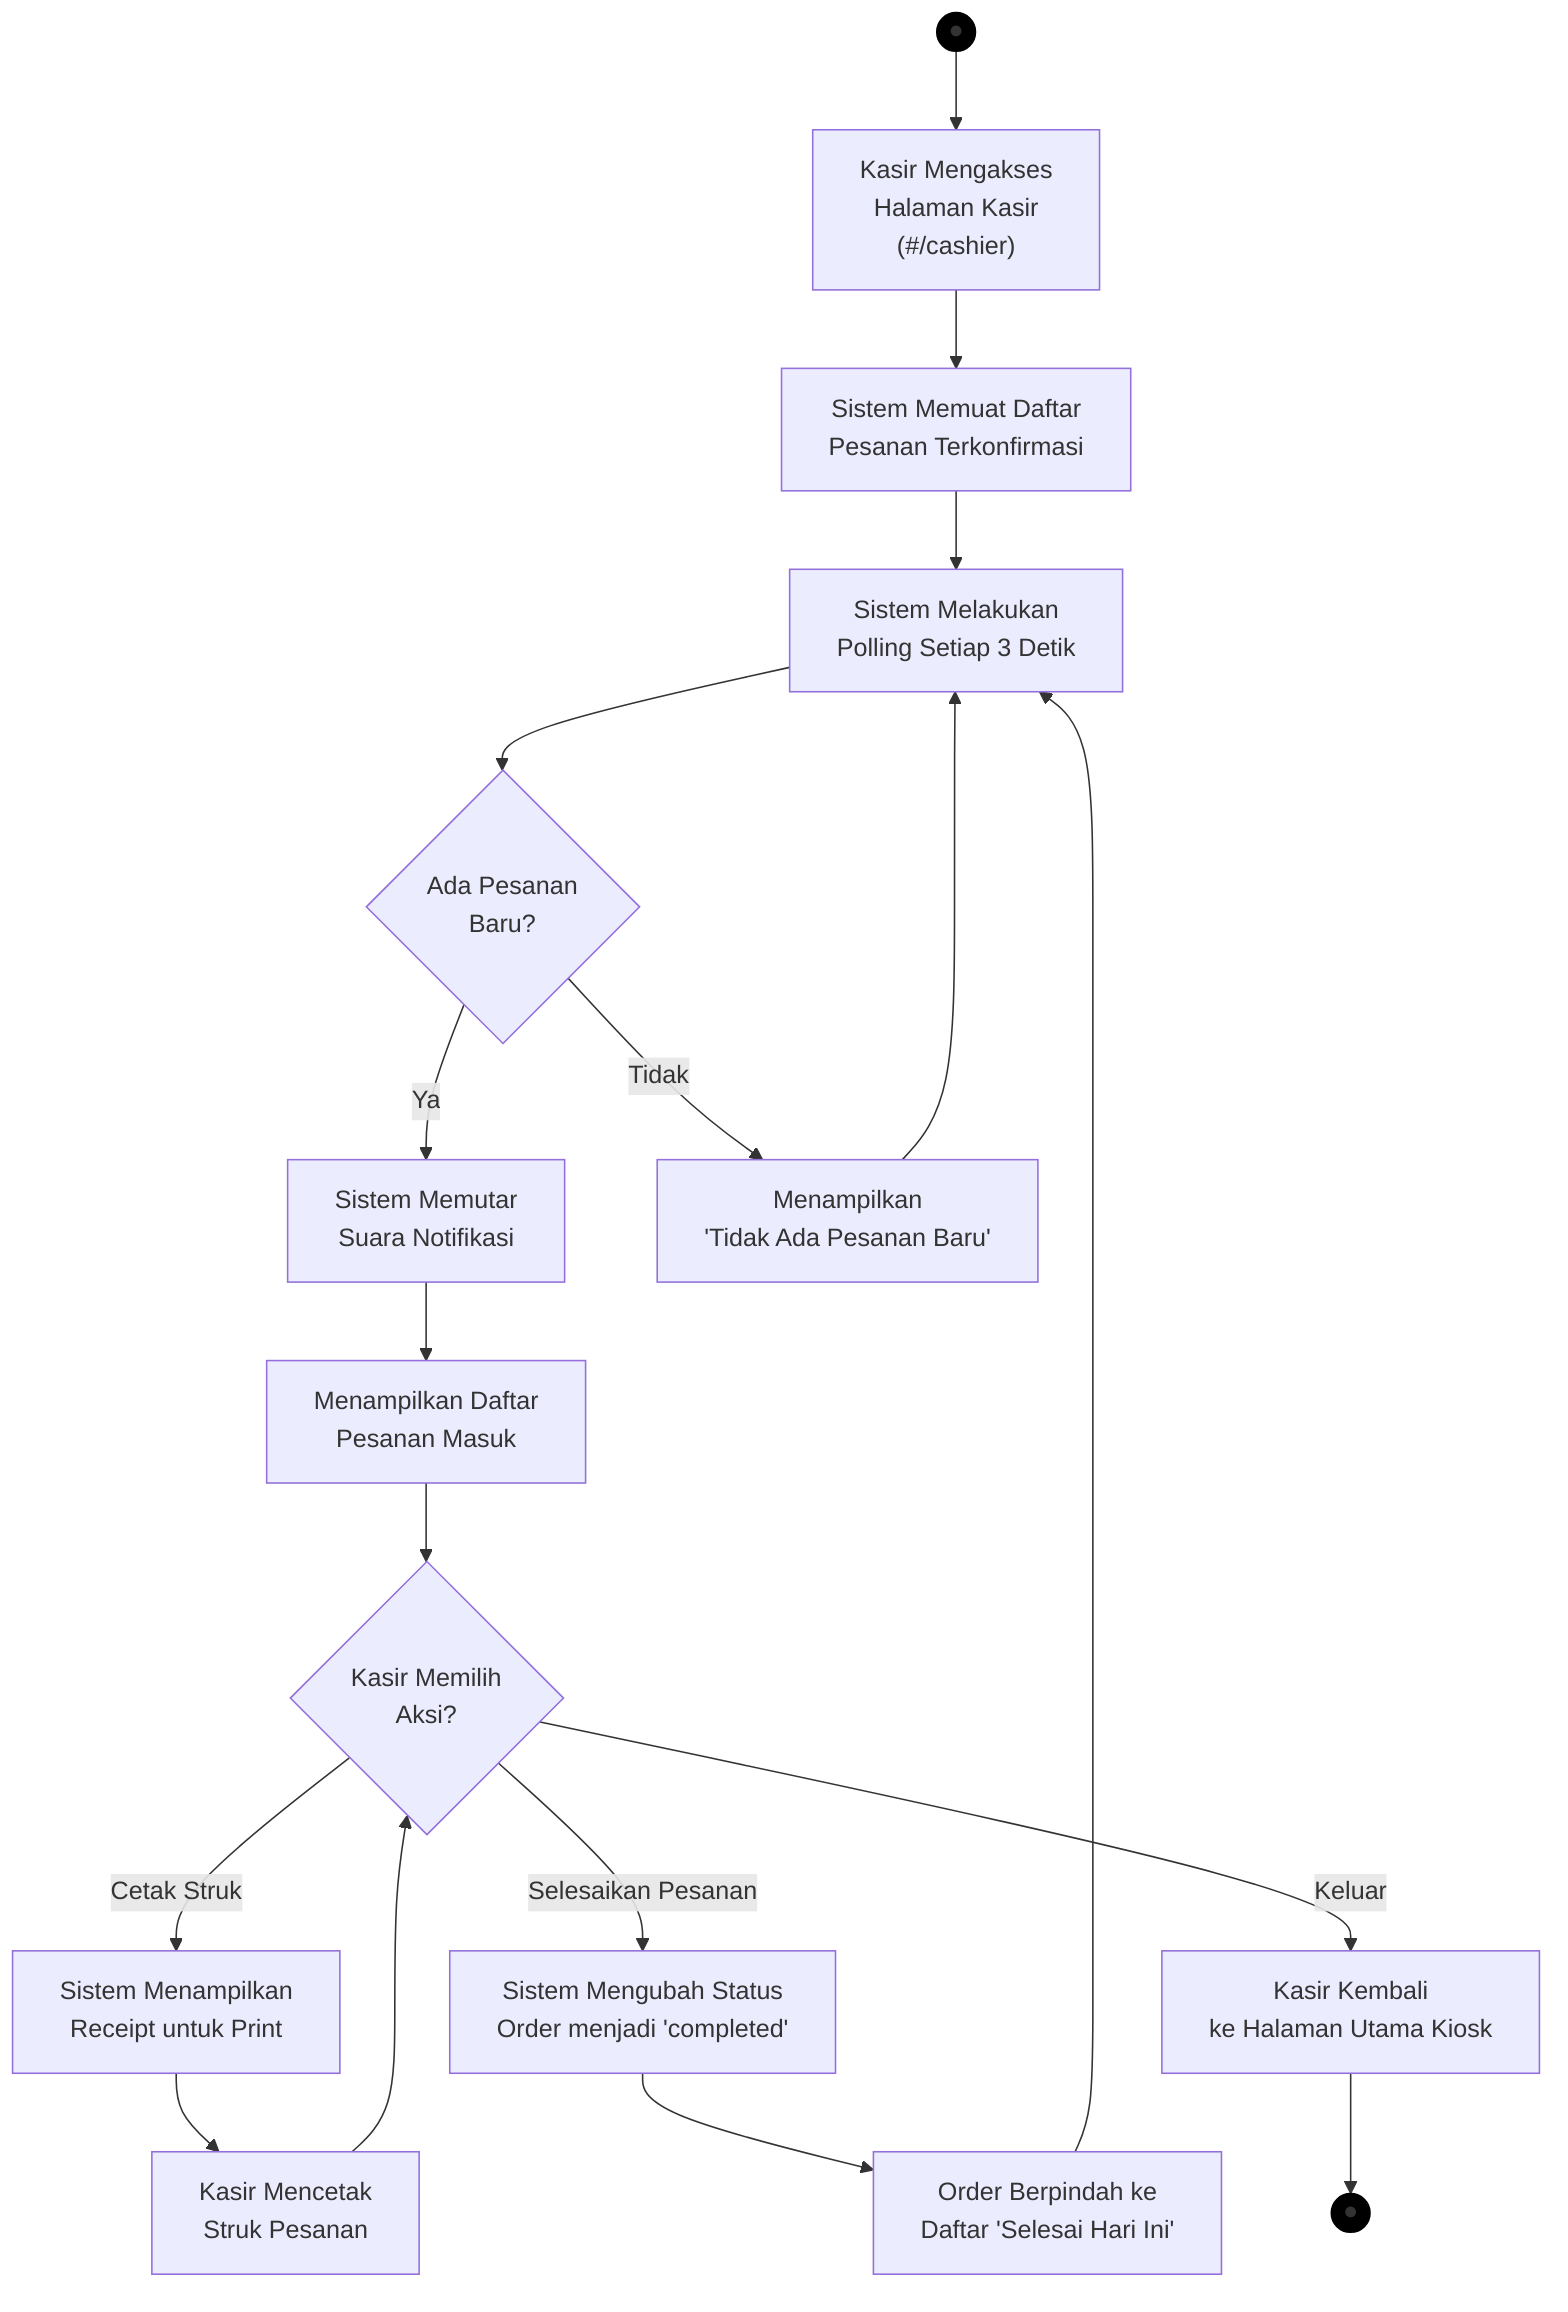
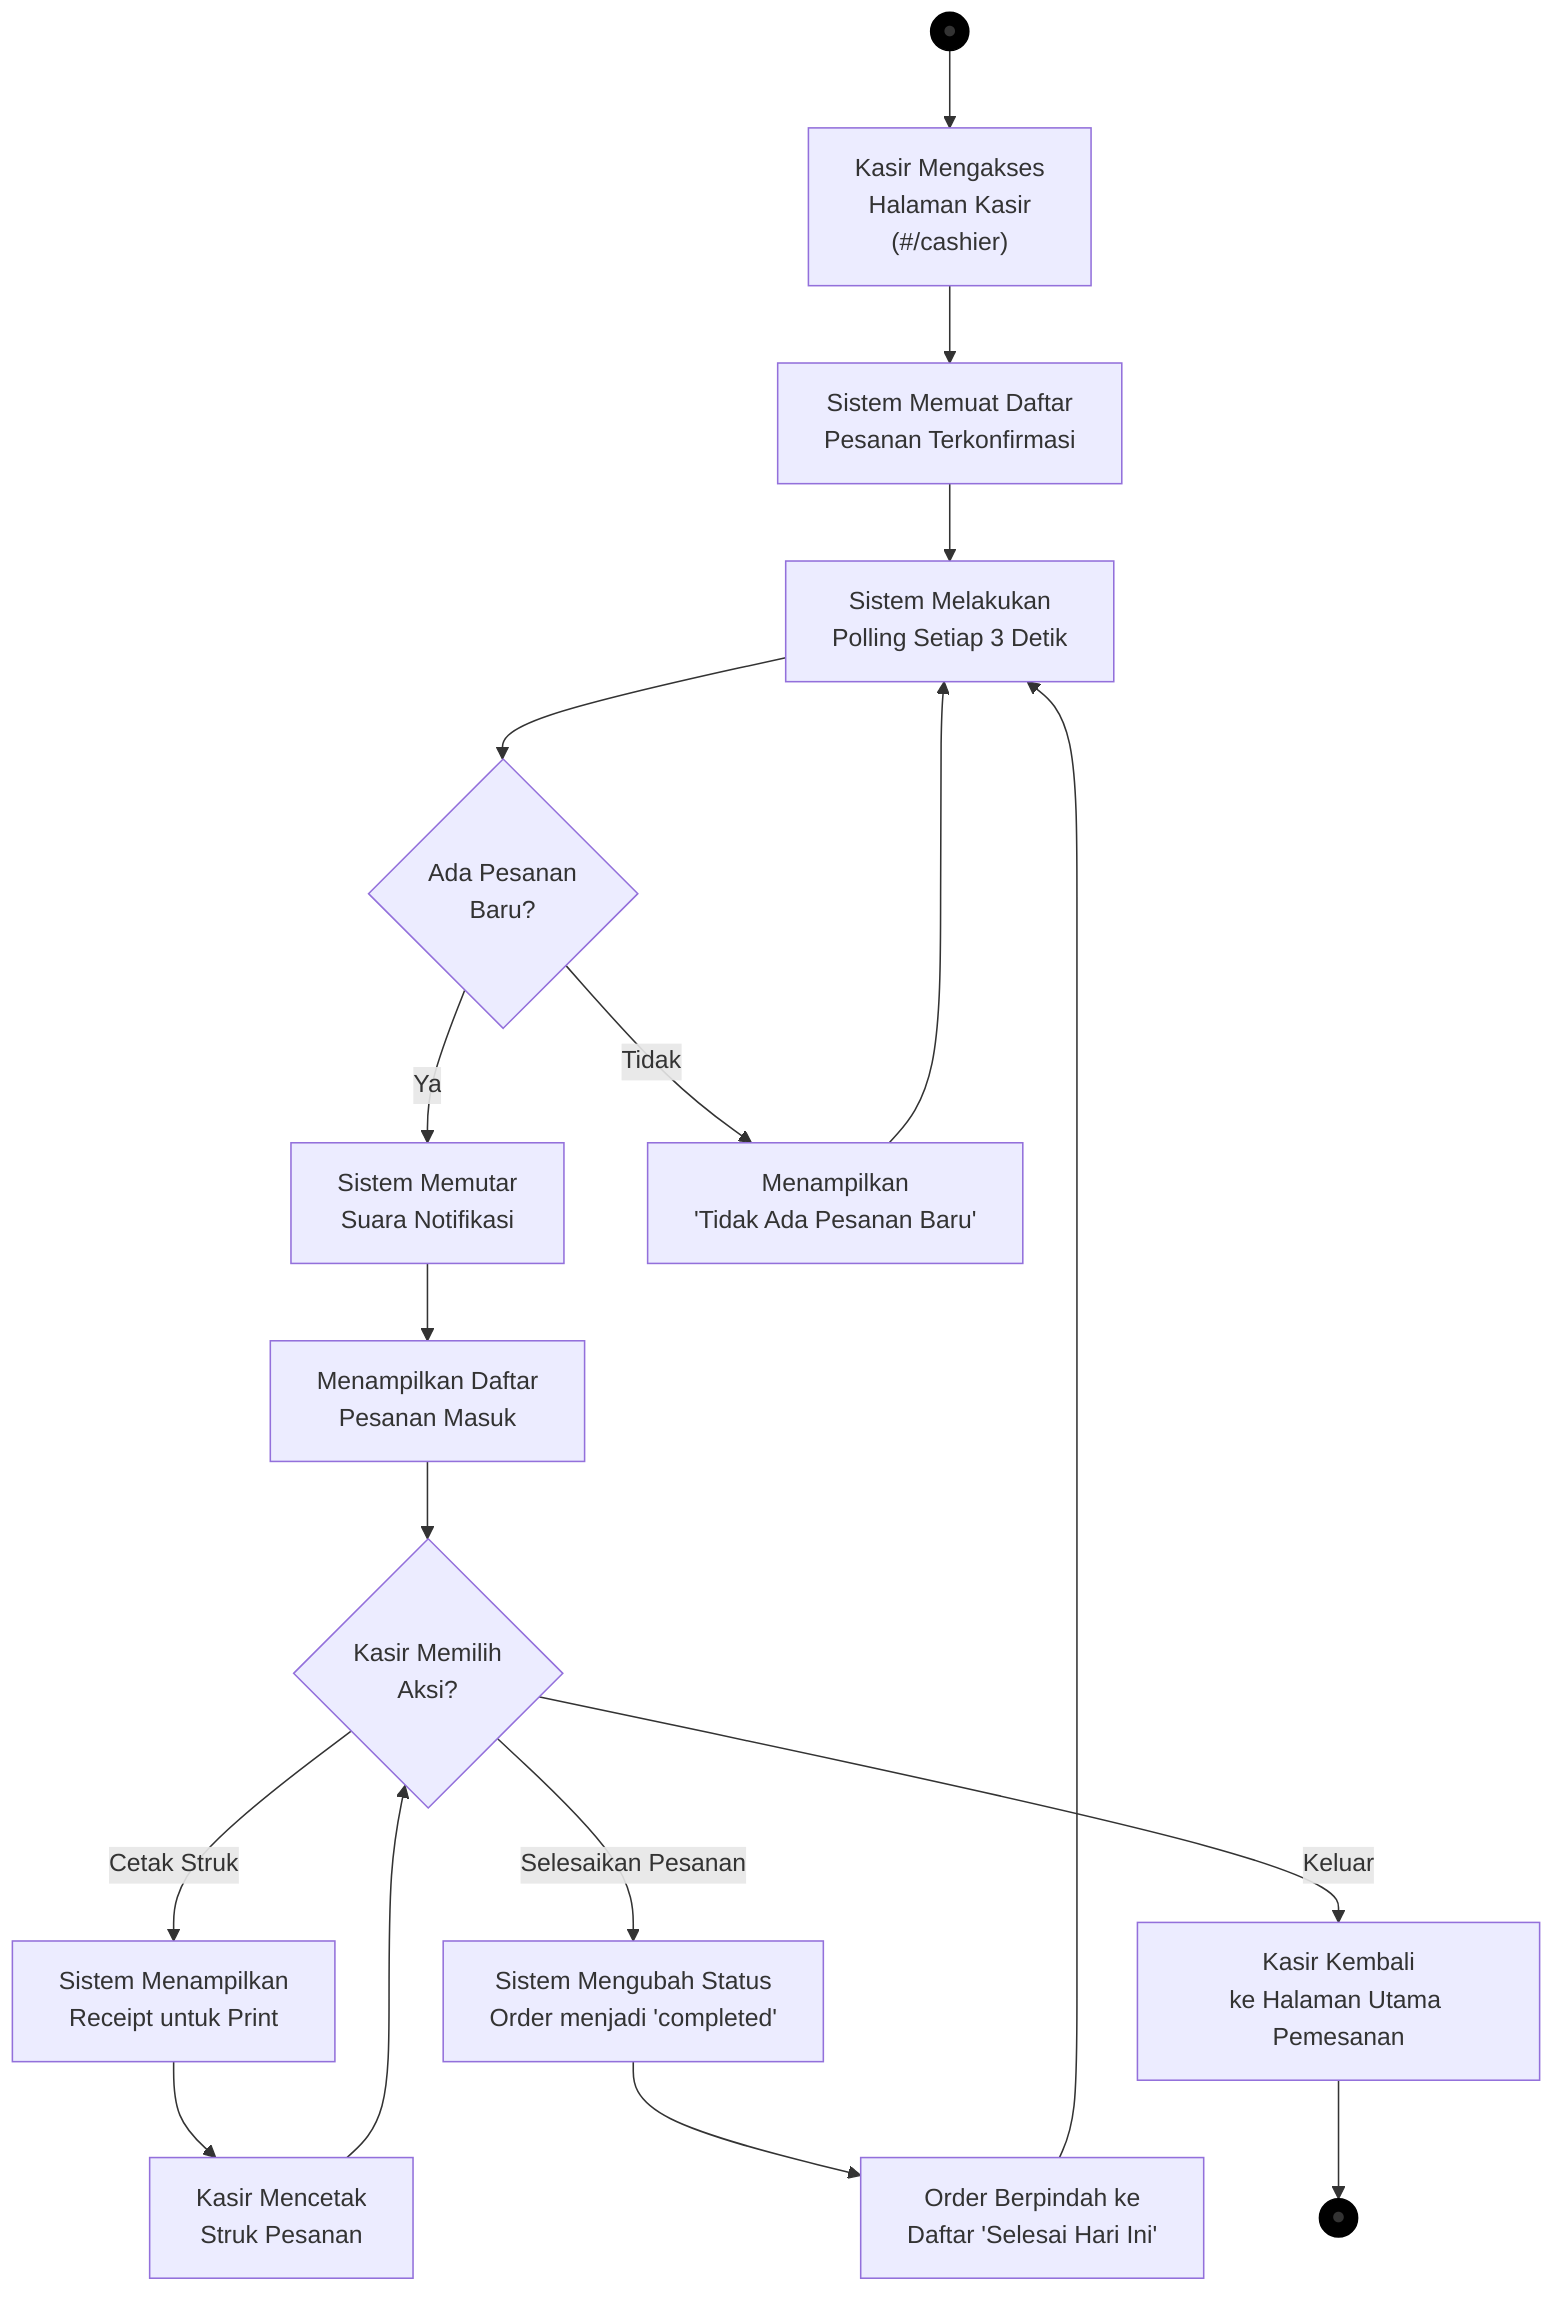
flowchart TD
    Start((●)) --> A["Kasir Mengakses\nHalaman Kasir\n(#/cashier)"]
    A --> B["Sistem Memuat Daftar\nPesanan Terkonfirmasi"]
    B --> C["Sistem Melakukan\nPolling Setiap 3 Detik"]
    C --> D{"Ada Pesanan\nBaru?"}
    D -->|Ya| E["Sistem Memutar\nSuara Notifikasi"]
    E --> F["Menampilkan Daftar\nPesanan Masuk"]
    D -->|Tidak| F2["Menampilkan\n'Tidak Ada Pesanan Baru'"]
    F2 --> C
    F --> G{"Kasir Memilih\nAksi?"}
    G -->|Cetak Struk| H["Sistem Menampilkan\nReceipt untuk Print"]
    H --> I["Kasir Mencetak\nStruk Pesanan"]
    I --> G
    G -->|Selesaikan Pesanan| J["Sistem Mengubah Status\nOrder menjadi 'completed'"]
    J --> K["Order Berpindah ke\nDaftar 'Selesai Hari Ini'"]
    K --> C
-     G -->|Keluar| L["Kasir Kembali\nke Halaman Utama Kiosk"]
+     G -->|Keluar| L["Kasir Kembali\nke Halaman Utama Pemesanan"]
    L --> End((●))

    style Start fill:#000,stroke:#000
    style End fill:#000,stroke:#000
